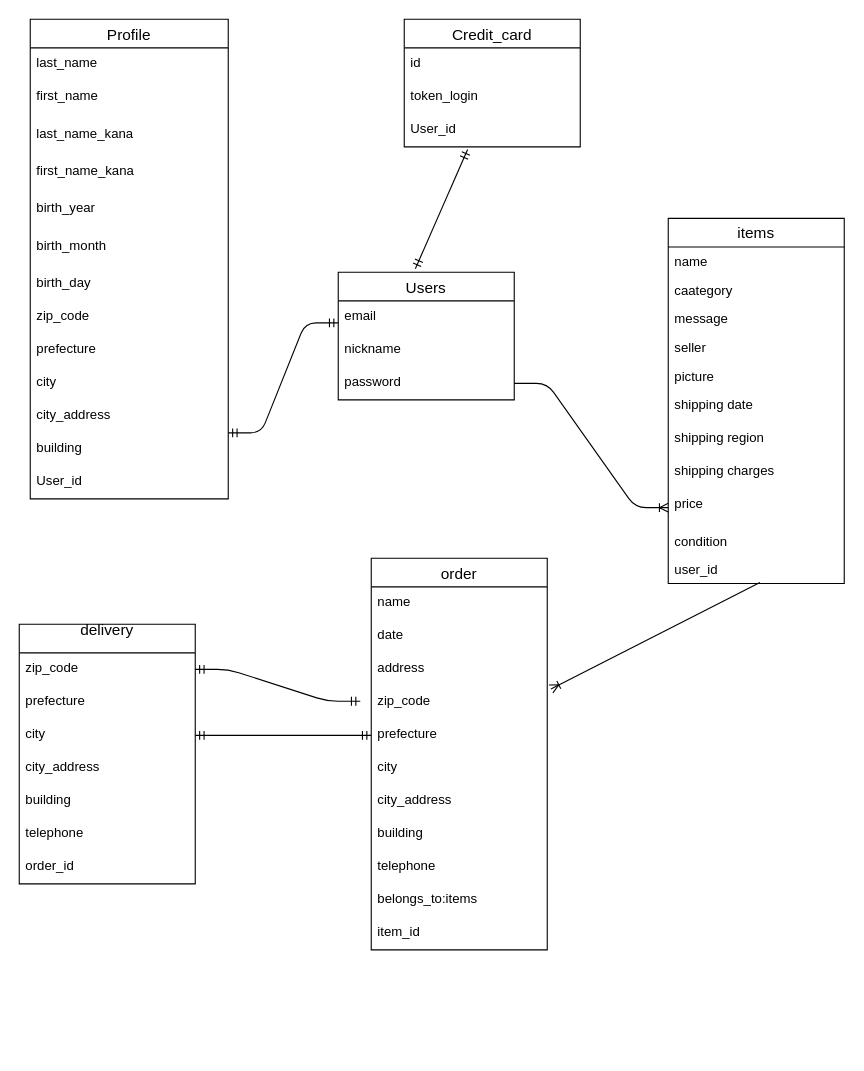
This is ER.dio from tatsu11096/furima-38578, a draw.io file, before an edit. Source tidied: cells renumbered, new cells numbered last; positions are measured from the earlier drawing's top-left corner, leaving out a move shared by most shapes. Both pictures are drawn from the tidied source at 110%, with x=0, y=0 at pixel (19, 19).
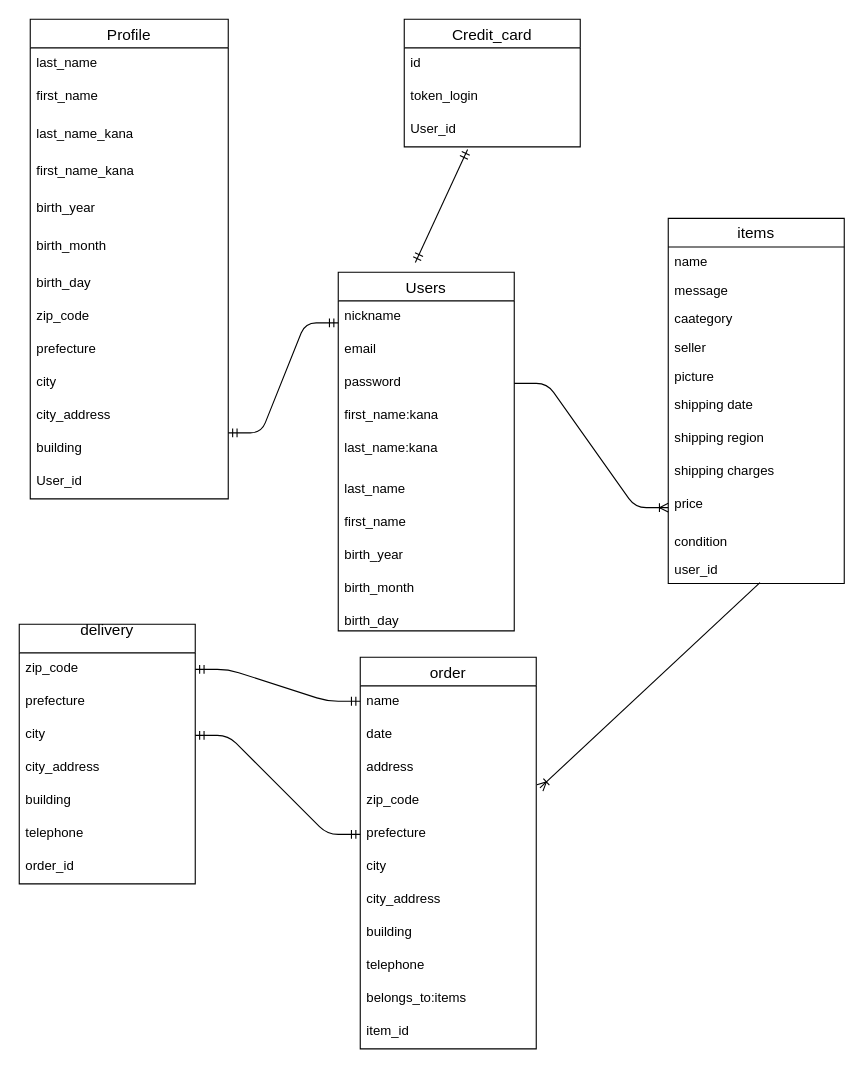
The same diagram, later.

Unchanged cells that the change refers to:
```xml
<mxCell id="26" value="items" style="swimlane;fontStyle=0;horizontal=1;startSize=26;align=center;fontSize=14;whiteSpace=wrap;" parent="1" vertex="1">
  <mxGeometry x="590" y="181" width="160" height="332" as="geometry" />
</mxCell>
```

What changed in the source:
```diff
@@
     <mxCell id="2" value="Users" style="swimlane;fontStyle=0;horizontal=1;startSize=26;align=center;fontSize=14;" parent="1" vertex="1">
-      <mxGeometry x="290" y="230" width="160" height="116" as="geometry" />
+      <mxGeometry x="290" y="230" width="160" height="326" as="geometry" />
     </mxCell>
+    <mxCell id="4" value="nickname" style="text;strokeColor=none;fillColor=none;spacingLeft=4;spacingRight=4;overflow=hidden;fontSize=12;" parent="2" vertex="1">
+      <mxGeometry y="26" width="160" height="30" as="geometry" />
+    </mxCell>
     <mxCell id="3" value="email" style="text;strokeColor=none;fillColor=none;spacingLeft=4;spacingRight=4;overflow=hidden;fontSize=12;" parent="2" vertex="1">
-      <mxGeometry y="26" width="160" height="30" as="geometry" />
+      <mxGeometry y="56" width="160" height="30" as="geometry" />
     </mxCell>
-    <mxCell id="4" value="nickname" style="text;strokeColor=none;fillColor=none;spacingLeft=4;spacingRight=4;overflow=hidden;fontSize=12;" parent="2" vertex="1">
-      <mxGeometry y="56" width="160" height="30" as="geometry" />
-    </mxCell>
@@
+    <mxCell id="62" value="first_name:kana" style="text;strokeColor=none;fillColor=none;spacingLeft=4;spacingRight=4;overflow=hidden;fontSize=12;" parent="2" vertex="1">
+      <mxGeometry y="116" width="160" height="30" as="geometry" />
+    </mxCell>
+    <mxCell id="63" value="last_name:kana" style="text;strokeColor=none;fillColor=none;spacingLeft=4;spacingRight=4;overflow=hidden;fontSize=12;" parent="2" vertex="1">
+      <mxGeometry y="146" width="160" height="30" as="geometry" />
+    </mxCell>
+    <mxCell id="64" value="last_name" style="text;strokeColor=none;fillColor=none;spacingLeft=4;spacingRight=4;overflow=hidden;fontSize=12;verticalAlign=bottom;" parent="2" vertex="1">
+      <mxGeometry y="176" width="160" height="30" as="geometry" />
+    </mxCell>
+    <mxCell id="65" value="first_name" style="text;strokeColor=none;fillColor=none;spacingLeft=4;spacingRight=4;overflow=hidden;fontSize=12;verticalAlign=bottom;" parent="2" vertex="1">
+      <mxGeometry y="206" width="160" height="30" as="geometry" />
+    </mxCell>
+    <mxCell id="66" value="birth_year" style="text;strokeColor=none;fillColor=none;spacingLeft=4;spacingRight=4;overflow=hidden;fontSize=12;verticalAlign=bottom;" parent="2" vertex="1">
+      <mxGeometry y="236" width="160" height="30" as="geometry" />
+    </mxCell>
+    <mxCell id="67" value="birth_month" style="text;strokeColor=none;fillColor=none;spacingLeft=4;spacingRight=4;overflow=hidden;fontSize=12;verticalAlign=bottom;align=left;" parent="2" vertex="1">
+      <mxGeometry y="266" width="160" height="30" as="geometry" />
+    </mxCell>
+    <mxCell id="68" value="birth_day" style="text;strokeColor=none;fillColor=none;spacingLeft=4;spacingRight=4;overflow=hidden;fontSize=12;verticalAlign=bottom;align=left;" parent="2" vertex="1">
+      <mxGeometry y="296" width="160" height="30" as="geometry" />
+    </mxCell>
     <mxCell id="6" value="order" style="swimlane;fontStyle=0;horizontal=1;startSize=26;align=center;fontSize=14;" parent="1" vertex="1">
-      <mxGeometry x="320" y="490" width="160" height="356" as="geometry" />
+      <mxGeometry x="310" y="580" width="160" height="356" as="geometry" />
     </mxCell>
@@
+    <mxCell id="29" value="message" style="text;strokeColor=none;fillColor=none;spacingLeft=4;spacingRight=4;overflow=hidden;fontSize=12;" parent="26" vertex="1">
+      <mxGeometry y="52" width="160" height="26" as="geometry" />
+    </mxCell>
     <mxCell id="28" value="caategory" style="text;strokeColor=none;fillColor=none;spacingLeft=4;spacingRight=4;overflow=hidden;fontSize=12;" parent="26" vertex="1">
-      <mxGeometry y="52" width="160" height="26" as="geometry" />
+      <mxGeometry y="78" width="160" height="26" as="geometry" />
     </mxCell>
-    <mxCell id="29" value="message" style="text;strokeColor=none;fillColor=none;spacingLeft=4;spacingRight=4;overflow=hidden;fontSize=12;" parent="26" vertex="1">
-      <mxGeometry y="78" width="160" height="26" as="geometry" />
-    </mxCell>
```
